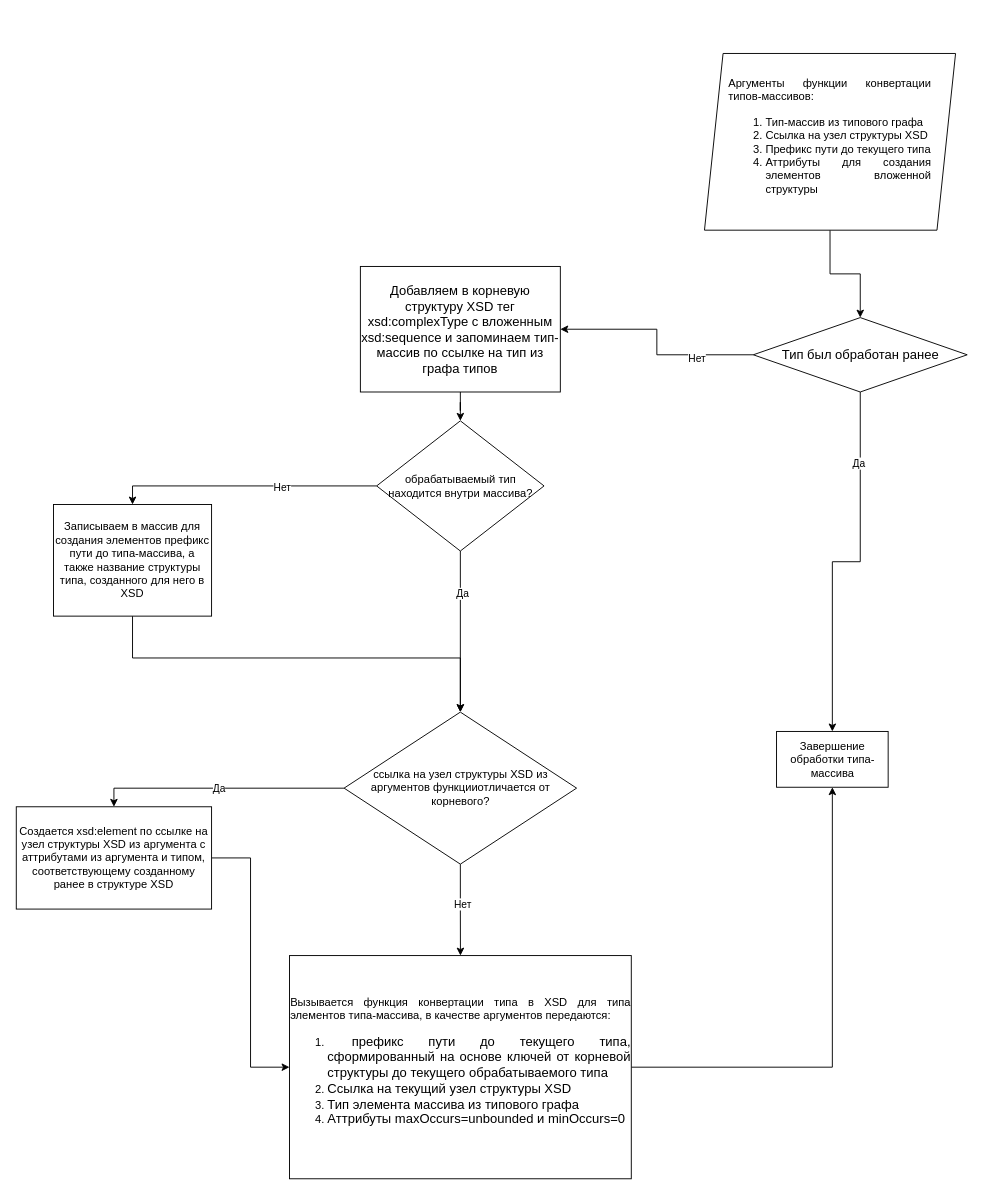
Above: doc/Формирование XSD для типа-массива.drawio in mrsadman99/quicktypeJsonToJsonSchema (draw.io), before the change. Source tidied: cells renumbered, new cells numbered last; positions are measured from the earlier drawing's top-left corner, leaving out a move shared by most shapes. Both pictures are drawn from the tidied source at 93%, with x=0, y=0 at pixel (16, 53).
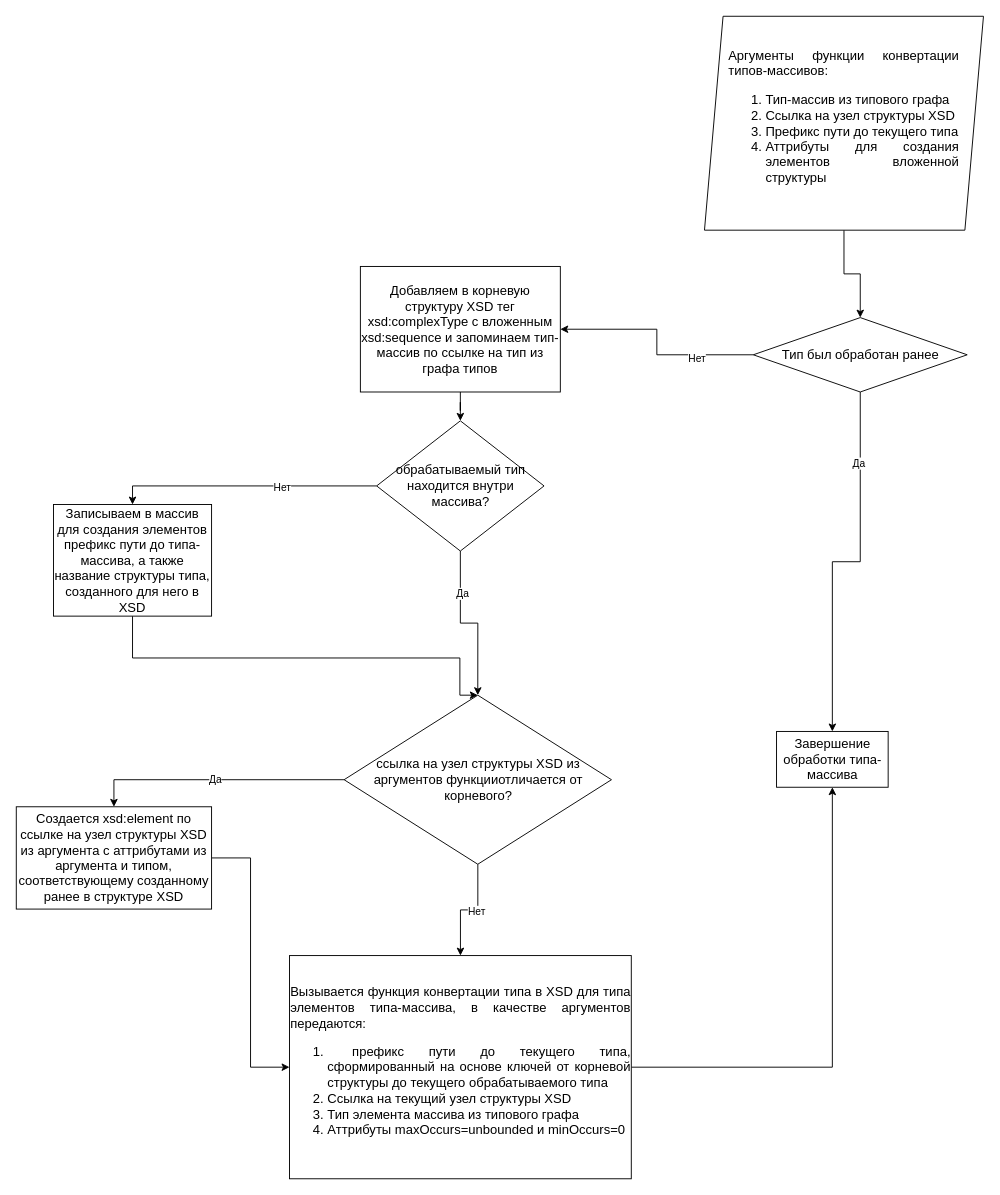
The same diagram, later.

What changed in the source:
```diff
@@
-    <mxCell id="2" style="edgeStyle=orthogonalEdgeStyle;rounded=0;jettySize=auto;html=1;entryX=0.5;entryY=0;entryDx=0;entryDy=0;" parent="1" edge="1" source="3" target="8">
+    <mxCell id="2" style="edgeStyle=orthogonalEdgeStyle;rounded=0;jettySize=auto;html=1;entryX=0.5;entryY=0;entryDx=0;entryDy=0;fontSize=14;" parent="1" edge="1" source="3" target="8">
       <mxGeometry relative="1" as="geometry" />
     </mxCell>
-    <mxCell id="3" value="&lt;div style=&quot;text-align: justify;&quot;&gt;Аргументы функции конвертации типов-массивов:&lt;/div&gt;&lt;ol&gt;&lt;li style=&quot;text-align: justify;&quot;&gt;Тип-массив из типового графа&lt;/li&gt;&lt;li style=&quot;text-align: justify;&quot;&gt;Ссылка на узел структуры XSD&lt;/li&gt;&lt;li style=&quot;text-align: justify;&quot;&gt;Префикс пути до текущего типа&lt;/li&gt;&lt;li style=&quot;text-align: justify;&quot;&gt;Аттрибуты для создания элементов вложенной структуры&lt;/li&gt;&lt;/ol&gt;" style="shape=parallelogram;perimeter=parallelogramPerimeter;whiteSpace=wrap;html=1;fixedSize=1;spacingLeft=25;spacingRight=25;" parent="1" vertex="1">
-      <mxGeometry x="740" width="270" height="190" as="geometry" />
+    <mxCell id="3" value="&lt;div style=&quot;text-align: justify; font-size: 14px;&quot;&gt;Аргументы функции конвертации типов-массивов:&lt;/div&gt;&lt;ol style=&quot;font-size: 14px;&quot;&gt;&lt;li style=&quot;text-align: justify; font-size: 14px;&quot;&gt;Тип-массив из типового графа&lt;/li&gt;&lt;li style=&quot;text-align: justify; font-size: 14px;&quot;&gt;Ссылка на узел структуры XSD&lt;/li&gt;&lt;li style=&quot;text-align: justify; font-size: 14px;&quot;&gt;Префикс пути до текущего типа&lt;/li&gt;&lt;li style=&quot;text-align: justify; font-size: 14px;&quot;&gt;Аттрибуты для создания элементов вложенной структуры&lt;/li&gt;&lt;/ol&gt;" style="shape=parallelogram;perimeter=parallelogramPerimeter;whiteSpace=wrap;html=1;fixedSize=1;spacingLeft=25;spacingRight=25;fontSize=14;" parent="1" vertex="1">
+      <mxGeometry x="740" y="-40" width="300" height="230" as="geometry" />
     </mxCell>
-    <mxCell id="4" style="edgeStyle=orthogonalEdgeStyle;rounded=0;jettySize=auto;html=1;" parent="1" edge="1" source="8" target="10">
+    <mxCell id="4" style="edgeStyle=orthogonalEdgeStyle;rounded=0;jettySize=auto;html=1;fontSize=14;" parent="1" edge="1" source="8" target="10">
       <mxGeometry relative="1" as="geometry" />
     </mxCell>
@@
-    <mxCell id="6" style="edgeStyle=orthogonalEdgeStyle;rounded=0;jettySize=auto;html=1;" parent="1" edge="1" source="8" target="15">
+    <mxCell id="6" style="edgeStyle=orthogonalEdgeStyle;rounded=0;jettySize=auto;html=1;fontSize=14;" parent="1" edge="1" source="8" target="15">
       <mxGeometry relative="1" as="geometry" />
     </mxCell>
@@
-    <mxCell id="8" value="&lt;span style=&quot;font-size: 14px;&quot;&gt;Тип был обработан ранее&lt;/span&gt;" style="rhombus;whiteSpace=wrap;html=1;" parent="1" vertex="1">
+    <mxCell id="8" value="&lt;span style=&quot;font-size: 14px;&quot;&gt;Тип был обработан ранее&lt;/span&gt;" style="rhombus;whiteSpace=wrap;html=1;fontSize=14;" parent="1" vertex="1">
       <mxGeometry x="792.5" y="284" width="230" height="80" as="geometry" />
     </mxCell>
-    <mxCell id="9" style="edgeStyle=orthogonalEdgeStyle;rounded=0;jettySize=auto;html=1;entryX=0.5;entryY=0;entryDx=0;entryDy=0;" parent="1" edge="1" source="10" target="20">
+    <mxCell id="9" style="edgeStyle=orthogonalEdgeStyle;rounded=0;jettySize=auto;html=1;entryX=0.5;entryY=0;entryDx=0;entryDy=0;fontSize=14;" parent="1" edge="1" source="10" target="20">
       <mxGeometry relative="1" as="geometry" />
     </mxCell>
-    <mxCell id="10" value="&lt;span style=&quot;font-size: 14px;&quot;&gt;Добавляем в корневую структуру XSD тег xsd:complexType с вложенным xsd:sequence и запоминаем тип-массив по ссылке на тип из графа типов&lt;/span&gt;" style="rounded=0;whiteSpace=wrap;html=1;" parent="1" vertex="1">
+    <mxCell id="10" value="&lt;span style=&quot;font-size: 14px;&quot;&gt;Добавляем в корневую структуру XSD тег xsd:complexType с вложенным xsd:sequence и запоминаем тип-массив по ссылке на тип из графа типов&lt;/span&gt;" style="rounded=0;whiteSpace=wrap;html=1;fontSize=14;" parent="1" vertex="1">
       <mxGeometry x="370" y="229" width="215" height="135" as="geometry" />
     </mxCell>
-    <mxCell id="11" style="edgeStyle=orthogonalEdgeStyle;rounded=0;jettySize=auto;html=1;entryX=0.5;entryY=1;entryDx=0;entryDy=0;" parent="1" edge="1" source="12" target="15">
+    <mxCell id="11" style="edgeStyle=orthogonalEdgeStyle;rounded=0;jettySize=auto;html=1;entryX=0.5;entryY=1;entryDx=0;entryDy=0;fontSize=14;" parent="1" edge="1" source="12" target="15">
       <mxGeometry relative="1" as="geometry" />
     </mxCell>
-    <mxCell id="12" value="&lt;div style=&quot;text-align: justify;&quot;&gt;&lt;span style=&quot;background-color: initial;&quot;&gt;Вызывается функция конвертации типа в XSD для типа элементов типа-массива, в качестве аргументов передаются:&lt;/span&gt;&lt;/div&gt;&lt;div&gt;&lt;ol&gt;&lt;li style=&quot;text-align: justify;&quot;&gt;&amp;nbsp;&lt;span style=&quot;font-size: 14px;&quot;&gt;префикс пути до текущего типа, сформированный на основе ключей от корневой структуры до текущего обрабатываемого типа&lt;/span&gt;&lt;/li&gt;&lt;li style=&quot;text-align: justify;&quot;&gt;&lt;span style=&quot;font-size: 14px;&quot;&gt;Ссылка на текущий узел структуры XSD&lt;/span&gt;&lt;/li&gt;&lt;li style=&quot;text-align: justify;&quot;&gt;&lt;span style=&quot;font-size: 14px;&quot;&gt;Тип элемента массива из типового графа&lt;/span&gt;&lt;/li&gt;&lt;li style=&quot;text-align: justify;&quot;&gt;&lt;span style=&quot;font-size: 14px;&quot;&gt;Аттрибуты&amp;nbsp;&lt;/span&gt;&lt;span style=&quot;font-size: 14px;&quot;&gt;maxOccurs=unbounded и minOccurs=0&lt;/span&gt;&lt;span style=&quot;font-size: 14px; text-align: center;&quot;&gt;&amp;nbsp;&lt;/span&gt;&lt;/li&gt;&lt;/ol&gt;&lt;/div&gt;" style="rounded=0;whiteSpace=wrap;html=1;" parent="1" vertex="1">
+    <mxCell id="12" value="&lt;div style=&quot;text-align: justify; font-size: 14px;&quot;&gt;&lt;span style=&quot;background-color: initial; font-size: 14px;&quot;&gt;Вызывается функция конвертации типа в XSD для типа элементов типа-массива, в качестве аргументов передаются:&lt;/span&gt;&lt;/div&gt;&lt;div style=&quot;font-size: 14px;&quot;&gt;&lt;ol style=&quot;font-size: 14px;&quot;&gt;&lt;li style=&quot;text-align: justify; font-size: 14px;&quot;&gt;&amp;nbsp;&lt;span style=&quot;font-size: 14px;&quot;&gt;префикс пути до текущего типа, сформированный на основе ключей от корневой структуры до текущего обрабатываемого типа&lt;/span&gt;&lt;/li&gt;&lt;li style=&quot;text-align: justify; font-size: 14px;&quot;&gt;&lt;span style=&quot;font-size: 14px;&quot;&gt;Ссылка на текущий узел структуры XSD&lt;/span&gt;&lt;/li&gt;&lt;li style=&quot;text-align: justify; font-size: 14px;&quot;&gt;&lt;span style=&quot;font-size: 14px;&quot;&gt;Тип элемента массива из типового графа&lt;/span&gt;&lt;/li&gt;&lt;li style=&quot;text-align: justify; font-size: 14px;&quot;&gt;&lt;span style=&quot;font-size: 14px;&quot;&gt;Аттрибуты&amp;nbsp;&lt;/span&gt;&lt;span style=&quot;font-size: 14px;&quot;&gt;maxOccurs=unbounded и minOccurs=0&lt;/span&gt;&lt;span style=&quot;font-size: 14px; text-align: center;&quot;&gt;&amp;nbsp;&lt;/span&gt;&lt;/li&gt;&lt;/ol&gt;&lt;/div&gt;" style="rounded=0;whiteSpace=wrap;html=1;fontSize=14;" parent="1" vertex="1">
       <mxGeometry x="293.8" y="970" width="367.5" height="240" as="geometry" />
     </mxCell>
-    <mxCell id="13" style="edgeStyle=orthogonalEdgeStyle;rounded=0;jettySize=auto;html=1;entryX=0.5;entryY=0;entryDx=0;entryDy=0;" parent="1" edge="1" source="14" target="25">
+    <mxCell id="13" style="edgeStyle=orthogonalEdgeStyle;rounded=0;jettySize=auto;html=1;entryX=0.5;entryY=0;entryDx=0;entryDy=0;fontSize=14;" parent="1" edge="1" source="14" target="25">
       <mxGeometry relative="1" as="geometry">
         <Array as="points">
           <mxPoint x="125" y="650" />
           <mxPoint x="477" y="650" />
         </Array>
       </mxGeometry>
     </mxCell>
-    <mxCell id="14" value="Записываем в массив для создания элементов префикс пути до типа-массива, а также название структуры типа, созданного для него в XSD" style="rounded=0;whiteSpace=wrap;html=1;" parent="1" vertex="1">
+    <mxCell id="14" value="Записываем в массив для создания элементов префикс пути до типа-массива, а также название структуры типа, созданного для него в XSD" style="rounded=0;whiteSpace=wrap;html=1;fontSize=14;" parent="1" vertex="1">
       <mxGeometry x="40" y="485" width="170" height="120" as="geometry" />
     </mxCell>
-    <mxCell id="15" value="Завершение обработки типа-массива" style="rounded=0;whiteSpace=wrap;html=1;" parent="1" vertex="1">
+    <mxCell id="15" value="Завершение обработки типа-массива" style="rounded=0;whiteSpace=wrap;html=1;fontSize=14;" parent="1" vertex="1">
       <mxGeometry x="817.5" y="729" width="120" height="60" as="geometry" />
     </mxCell>
-    <mxCell id="16" style="edgeStyle=orthogonalEdgeStyle;rounded=0;jettySize=auto;html=1;entryX=0.5;entryY=0;entryDx=0;entryDy=0;" parent="1" edge="1" source="20" target="14">
+    <mxCell id="16" style="edgeStyle=orthogonalEdgeStyle;rounded=0;jettySize=auto;html=1;entryX=0.5;entryY=0;entryDx=0;entryDy=0;fontSize=14;" parent="1" edge="1" source="20" target="14">
       <mxGeometry relative="1" as="geometry" />
     </mxCell>
@@
-    <mxCell id="18" style="edgeStyle=orthogonalEdgeStyle;rounded=0;jettySize=auto;html=1;entryX=0.5;entryY=0;entryDx=0;entryDy=0;" parent="1" edge="1" source="20" target="25">
+    <mxCell id="18" style="edgeStyle=orthogonalEdgeStyle;rounded=0;jettySize=auto;html=1;entryX=0.5;entryY=0;entryDx=0;entryDy=0;fontSize=14;" parent="1" edge="1" source="20" target="25">
       <mxGeometry relative="1" as="geometry" />
     </mxCell>
@@
-    <mxCell id="20" value="обрабатываемый тип находится внутри массива?" style="rhombus;whiteSpace=wrap;html=1;" parent="1" vertex="1">
+    <mxCell id="20" value="обрабатываемый тип находится внутри массива?" style="rhombus;whiteSpace=wrap;html=1;fontSize=14;" parent="1" vertex="1">
       <mxGeometry x="387.5" y="395" width="180" height="140" as="geometry" />
     </mxCell>
-    <mxCell id="21" style="edgeStyle=orthogonalEdgeStyle;rounded=0;jettySize=auto;html=1;entryX=0.5;entryY=0;entryDx=0;entryDy=0;" parent="1" edge="1" source="25" target="27">
+    <mxCell id="21" style="edgeStyle=orthogonalEdgeStyle;rounded=0;jettySize=auto;html=1;entryX=0.5;entryY=0;entryDx=0;entryDy=0;fontSize=14;" parent="1" edge="1" source="25" target="27">
       <mxGeometry relative="1" as="geometry" />
     </mxCell>
@@
-    <mxCell id="23" style="edgeStyle=orthogonalEdgeStyle;rounded=0;jettySize=auto;html=1;" parent="1" edge="1" source="25" target="12">
+    <mxCell id="23" style="edgeStyle=orthogonalEdgeStyle;rounded=0;jettySize=auto;html=1;fontSize=14;" parent="1" edge="1" source="25" target="12">
       <mxGeometry relative="1" as="geometry" />
     </mxCell>
@@
-    <mxCell id="25" value="ссылка на узел структуры XSD из аргументов функцииотличается от корневого?" style="rhombus;whiteSpace=wrap;html=1;" parent="1" vertex="1">
-      <mxGeometry x="352.5" y="708.2" width="250" height="163.5" as="geometry" />
+    <mxCell id="25" value="ссылка на узел структуры XSD из аргументов функцииотличается от корневого?" style="rhombus;whiteSpace=wrap;html=1;fontSize=14;" parent="1" vertex="1">
+      <mxGeometry x="352.5" y="690" width="287.5" height="181.8" as="geometry" />
     </mxCell>
-    <mxCell id="26" style="edgeStyle=orthogonalEdgeStyle;rounded=0;jettySize=auto;html=1;entryX=0;entryY=0.5;entryDx=0;entryDy=0;" parent="1" edge="1" source="27" target="12">
+    <mxCell id="26" style="edgeStyle=orthogonalEdgeStyle;rounded=0;jettySize=auto;html=1;entryX=0;entryY=0.5;entryDx=0;entryDy=0;fontSize=14;" parent="1" edge="1" source="27" target="12">
       <mxGeometry relative="1" as="geometry" />
     </mxCell>
-    <mxCell id="27" value="Создается xsd:element по ссылке на узел структуры XSD из аргумента с аттрибутами из аргумента и типом, соответствующему созданному ранее в структуре XSD" style="rounded=0;whiteSpace=wrap;html=1;" parent="1" vertex="1">
+    <mxCell id="27" value="Создается xsd:element по ссылке на узел структуры XSD из аргумента с аттрибутами из аргумента и типом, соответствующему созданному ранее в структуре XSD" style="rounded=0;whiteSpace=wrap;html=1;fontSize=14;" parent="1" vertex="1">
       <mxGeometry y="810" width="210" height="110" as="geometry" />
     </mxCell>
```
